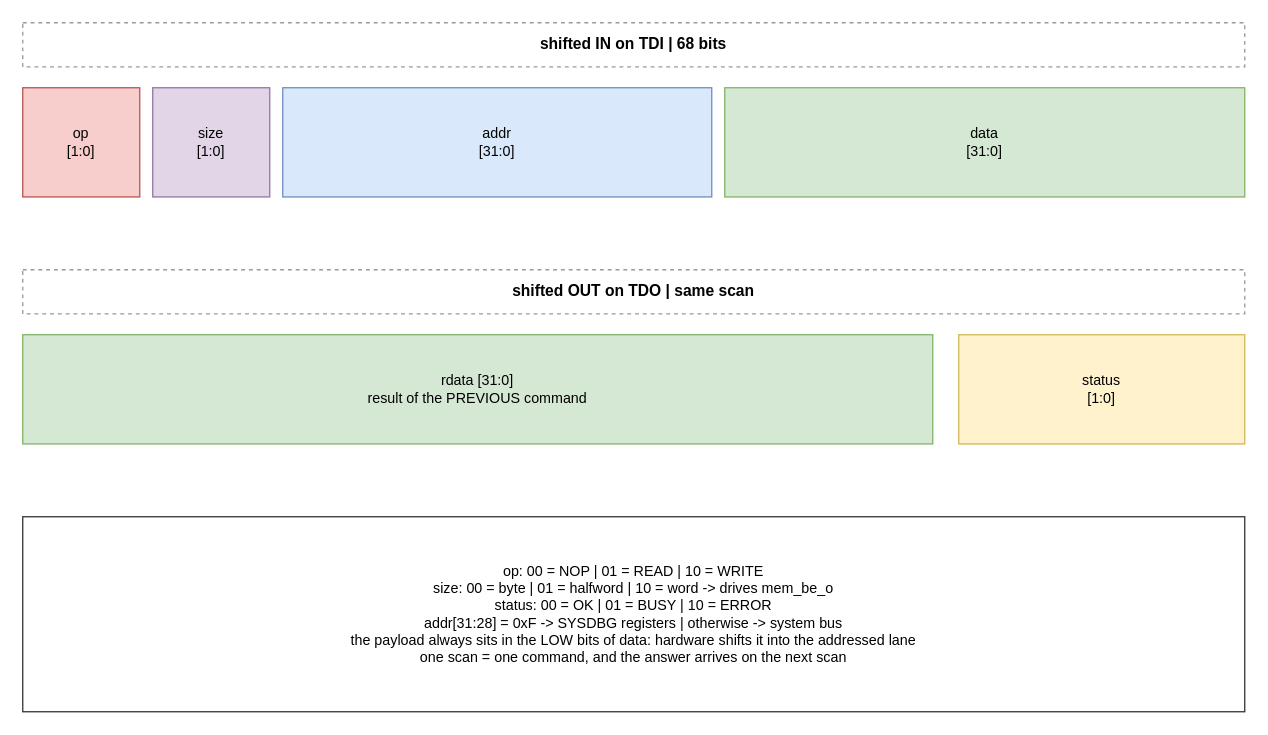
Earlier version of the draw.io diagram page "JTAG command format" (2 of 5) of doc/drawio/QNSC_SYSDBG_Design.drawio (quynhonsemiconductor/vlsi_deep_training). Source tidied: cells renumbered, new cells numbered last; positions are measured from the earlier drawing's top-left corner, leaving out a move shared by most shapes. Both pictures are drawn from the tidied source at 130%, with x=0, y=0 at pixel (22, 22).
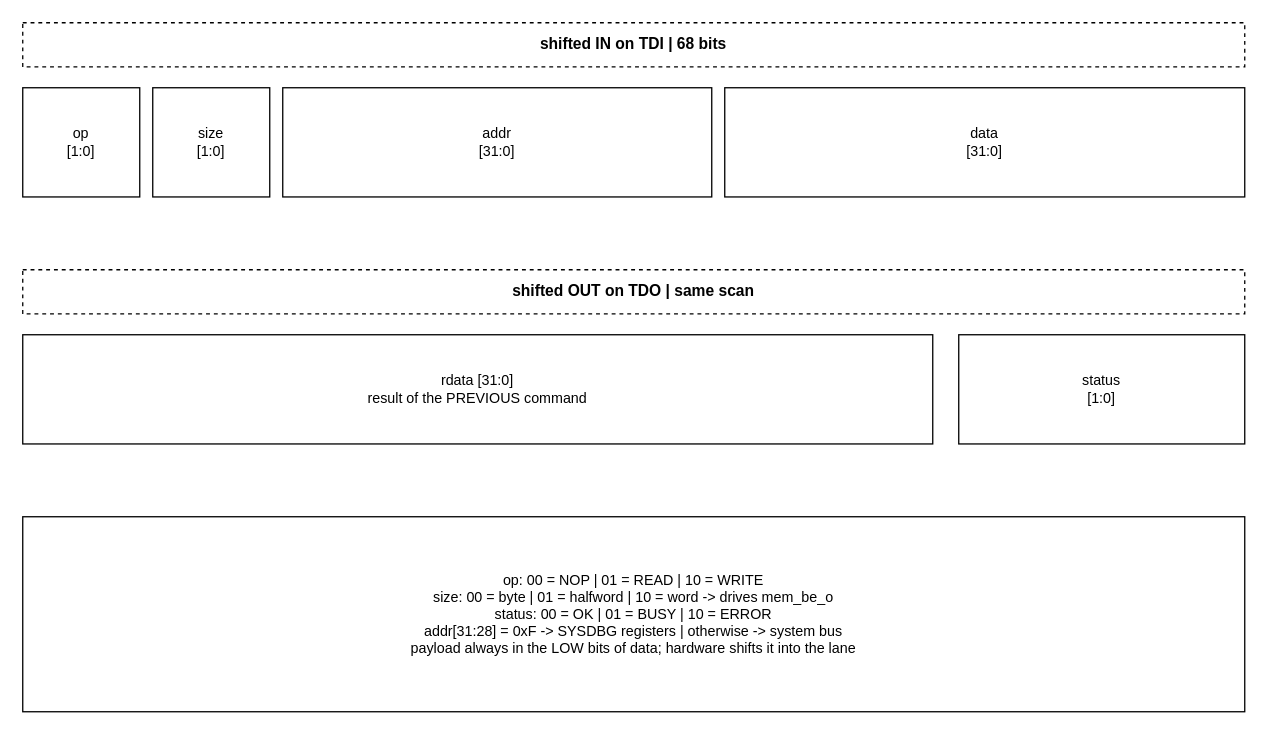
After the change.

Change to the diagram source:
```diff
@@
 <mxGraphModel>
   <root>
     <mxCell id="0" />
     <mxCell id="1" parent="0" />
-    <mxCell id="2" value="shifted IN on TDI  |  68 bits" style="rounded=0;whiteSpace=wrap;html=1;fillColor=none;strokeColor=#999999;fontSize=12;dashed=1;fontStyle=1;verticalAlign=middle;" parent="1" vertex="1">
+    <mxCell id="2" value="shifted IN on TDI  |  68 bits" style="rounded=0;whiteSpace=wrap;html=1;fillColor=none;strokeColor=#000000;fontSize=12;dashed=1;fontStyle=1;verticalAlign=middle;" parent="1" vertex="1">
       <mxGeometry width="940" height="34" as="geometry" />
     </mxCell>
-    <mxCell id="3" value="op&#10;[1:0]" style="rounded=0;whiteSpace=wrap;html=1;fillColor=#f8cecc;strokeColor=#b85450;fontSize=11;dashed=0;verticalAlign=middle;" parent="1" vertex="1">
+    <mxCell id="3" value="op&#10;[1:0]" style="rounded=0;whiteSpace=wrap;html=1;fillColor=#ffffff;strokeColor=#000000;fontSize=11;dashed=0;verticalAlign=middle;" parent="1" vertex="1">
       <mxGeometry y="50" width="90" height="84" as="geometry" />
     </mxCell>
-    <mxCell id="4" value="size&#10;[1:0]" style="rounded=0;whiteSpace=wrap;html=1;fillColor=#e1d5e7;strokeColor=#9673a6;fontSize=11;dashed=0;verticalAlign=middle;" parent="1" vertex="1">
+    <mxCell id="4" value="size&#10;[1:0]" style="rounded=0;whiteSpace=wrap;html=1;fillColor=#ffffff;strokeColor=#000000;fontSize=11;dashed=0;verticalAlign=middle;" parent="1" vertex="1">
       <mxGeometry x="100" y="50" width="90" height="84" as="geometry" />
     </mxCell>
-    <mxCell id="5" value="addr&#10;[31:0]" style="rounded=0;whiteSpace=wrap;html=1;fillColor=#dae8fc;strokeColor=#6c8ebf;fontSize=11;dashed=0;verticalAlign=middle;" parent="1" vertex="1">
+    <mxCell id="5" value="addr&#10;[31:0]" style="rounded=0;whiteSpace=wrap;html=1;fillColor=#ffffff;strokeColor=#000000;fontSize=11;dashed=0;verticalAlign=middle;" parent="1" vertex="1">
       <mxGeometry x="200" y="50" width="330" height="84" as="geometry" />
     </mxCell>
-    <mxCell id="6" value="data&#10;[31:0]" style="rounded=0;whiteSpace=wrap;html=1;fillColor=#d5e8d4;strokeColor=#82b366;fontSize=11;dashed=0;verticalAlign=middle;" parent="1" vertex="1">
+    <mxCell id="6" value="data&#10;[31:0]" style="rounded=0;whiteSpace=wrap;html=1;fillColor=#ffffff;strokeColor=#000000;fontSize=11;dashed=0;verticalAlign=middle;" parent="1" vertex="1">
       <mxGeometry x="540" y="50" width="400" height="84" as="geometry" />
     </mxCell>
-    <mxCell id="7" value="shifted OUT on TDO  |  same scan" style="rounded=0;whiteSpace=wrap;html=1;fillColor=none;strokeColor=#999999;fontSize=12;dashed=1;fontStyle=1;verticalAlign=middle;" parent="1" vertex="1">
+    <mxCell id="7" value="shifted OUT on TDO  |  same scan" style="rounded=0;whiteSpace=wrap;html=1;fillColor=none;strokeColor=#000000;fontSize=12;dashed=1;fontStyle=1;verticalAlign=middle;" parent="1" vertex="1">
       <mxGeometry y="190" width="940" height="34" as="geometry" />
     </mxCell>
-    <mxCell id="8" value="rdata [31:0]&#10;result of the PREVIOUS command" style="rounded=0;whiteSpace=wrap;html=1;fillColor=#d5e8d4;strokeColor=#82b366;fontSize=11;dashed=0;verticalAlign=middle;" parent="1" vertex="1">
+    <mxCell id="8" value="rdata [31:0]&#10;result of the PREVIOUS command" style="rounded=0;whiteSpace=wrap;html=1;fillColor=#ffffff;strokeColor=#000000;fontSize=11;dashed=0;verticalAlign=middle;" parent="1" vertex="1">
       <mxGeometry y="240" width="700" height="84" as="geometry" />
     </mxCell>
-    <mxCell id="9" value="status&#10;[1:0]" style="rounded=0;whiteSpace=wrap;html=1;fillColor=#fff2cc;strokeColor=#d6b656;fontSize=11;dashed=0;verticalAlign=middle;" parent="1" vertex="1">
+    <mxCell id="9" value="status&#10;[1:0]" style="rounded=0;whiteSpace=wrap;html=1;fillColor=#ffffff;strokeColor=#000000;fontSize=11;dashed=0;verticalAlign=middle;" parent="1" vertex="1">
       <mxGeometry x="720" y="240" width="220" height="84" as="geometry" />
     </mxCell>
-    <mxCell id="10" value="op:  00 = NOP   |   01 = READ   |   10 = WRITE&#10;size:  00 = byte   |   01 = halfword   |   10 = word   -&gt;  drives mem_be_o&#10;status:  00 = OK   |   01 = BUSY   |   10 = ERROR&#10;addr[31:28] = 0xF  -&gt;  SYSDBG registers   |   otherwise  -&gt;  system bus&#10;the payload always sits in the LOW bits of data: hardware shifts it into the addressed lane&#10;one scan = one command, and the answer arrives on the next scan" style="rounded=0;whiteSpace=wrap;html=1;fillColor=#ffffff;strokeColor=#333333;fontSize=11;dashed=0;verticalAlign=middle;" parent="1" vertex="1">
+    <mxCell id="10" value="op:  00 = NOP   |   01 = READ   |   10 = WRITE&#10;size:  00 = byte   |   01 = halfword   |   10 = word   -&gt;  drives mem_be_o&#10;status:  00 = OK   |   01 = BUSY   |   10 = ERROR&#10;addr[31:28] = 0xF  -&gt;  SYSDBG registers   |   otherwise  -&gt;  system bus&#10;payload always in the LOW bits of data; hardware shifts it into the lane" style="rounded=0;whiteSpace=wrap;html=1;fillColor=#ffffff;strokeColor=#000000;fontSize=11;dashed=0;verticalAlign=middle;" parent="1" vertex="1">
       <mxGeometry y="380" width="940" height="150" as="geometry" />
     </mxCell>
   </root>
 </mxGraphModel>
```
